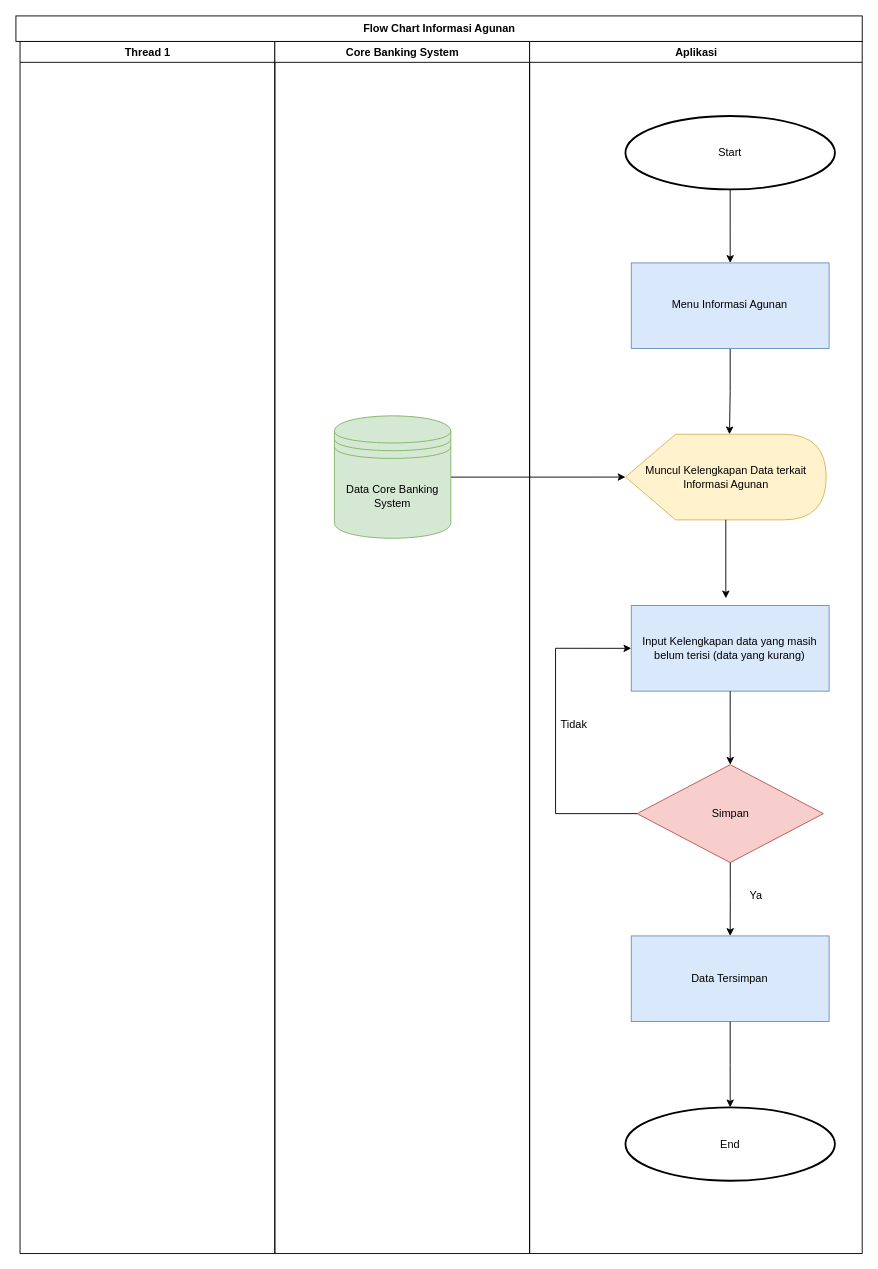
Before: page "Flow Chart Informasi Agunan" (2 of 3) of Untitled Diagram.drawio in CharismaJuniK/File, a draw.io diagram. Source tidied: cells renumbered, new cells numbered last; positions are measured from the earlier drawing's top-left corner, leaving out a move shared by most shapes. Both pictures are drawn from the tidied source at 91%, with x=0, y=0 at pixel (15, 15).
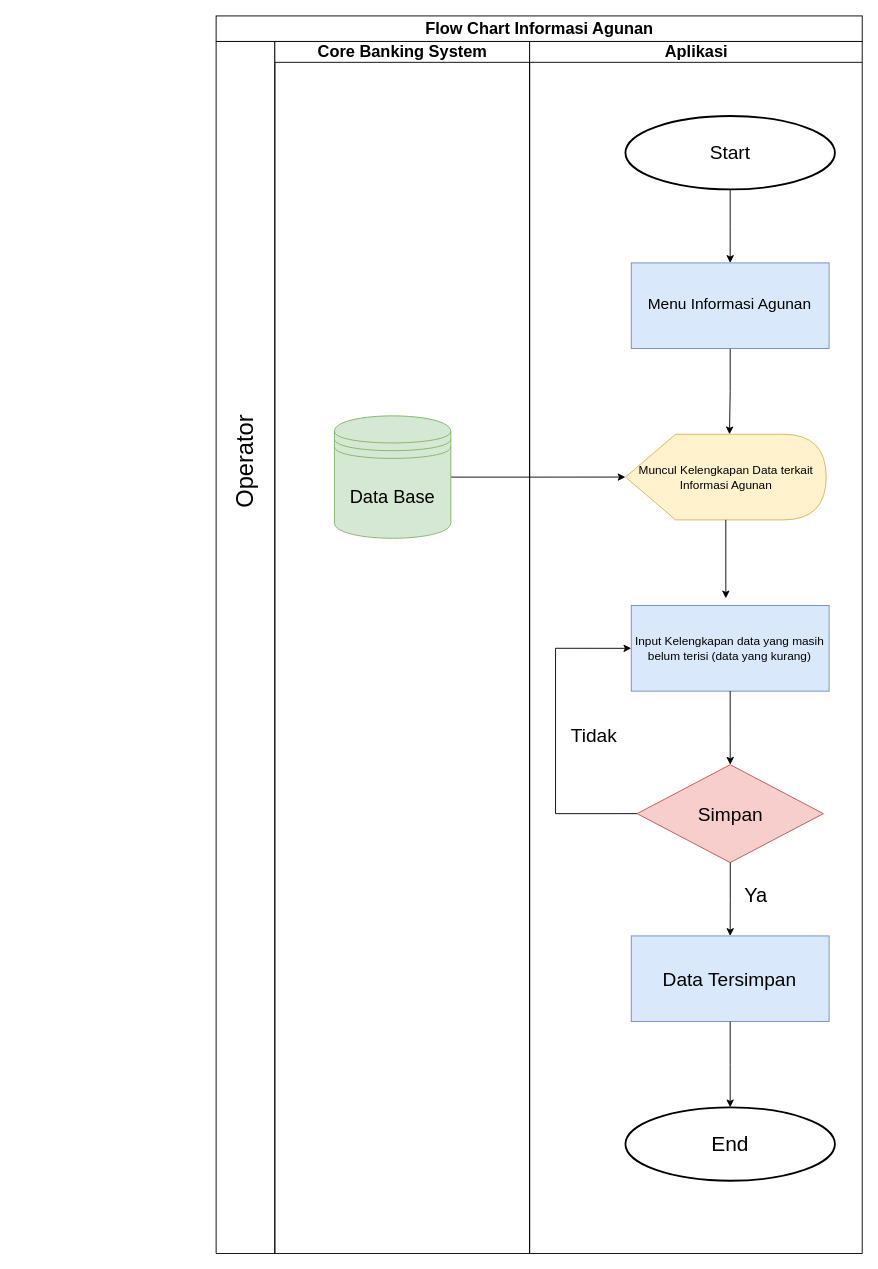
The same page after the edit.

Unchanged cells that the change refers to:
```xml
<mxCell id="6" style="group;" parent="1" vertex="1">
  <mxGeometry x="350" y="110" width="550" height="1170" as="geometry" />
</mxCell>
```

What changed in the source:
```diff
@@
-    <mxCell id="2" value="Thread 1" style="swimlane;whiteSpace=wrap;" parent="1" vertex="1">
-      <mxGeometry x="4.5" y="28" width="280" height="1332" as="geometry" />
+    <mxCell id="2" style="swimlane;whiteSpace=wrap;startSize=1332;" parent="1" vertex="1">
+      <mxGeometry x="220" y="28" width="64.5" height="1332" as="geometry" />
     </mxCell>
-    <mxCell id="3" value="Core Banking System" style="swimlane;whiteSpace=wrap;" parent="1" vertex="1">
+    <mxCell id="3" value="Core Banking System" style="swimlane;whiteSpace=wrap;fontSize=18;" parent="1" vertex="1">
       <mxGeometry x="284.5" y="28" width="280" height="1332" as="geometry" />
     </mxCell>
-    <mxCell id="4" value="Aplikasi" style="swimlane;whiteSpace=wrap;" parent="1" vertex="1">
+    <mxCell id="4" value="Aplikasi" style="swimlane;whiteSpace=wrap;fontSize=18;" parent="1" vertex="1">
       <mxGeometry x="564.5" y="28" width="365.5" height="1332" as="geometry" />
     </mxCell>
-    <mxCell id="5" value="&lt;span style=&quot;font-weight: 700&quot;&gt;Flow Chart Informasi Agunan&lt;/span&gt;" style="html=1;" parent="1" vertex="1">
-      <mxGeometry width="930" height="28" as="geometry" />
+    <mxCell id="5" value="&lt;span style=&quot;font-weight: 700&quot;&gt;&lt;font style=&quot;font-size: 18px&quot;&gt;Flow Chart Informasi Agunan&lt;/font&gt;&lt;/span&gt;" style="html=1;" parent="1" vertex="1">
+      <mxGeometry x="220" width="710" height="28" as="geometry" />
     </mxCell>
@@
-    <mxCell id="8" value="Start" style="strokeWidth=2;html=1;shape=mxgraph.flowchart.start_1;whiteSpace=wrap;" parent="6" vertex="1">
+    <mxCell id="8" value="&lt;font style=&quot;font-size: 21px&quot;&gt;Start&lt;/font&gt;" style="strokeWidth=2;html=1;shape=mxgraph.flowchart.start_1;whiteSpace=wrap;" parent="6" vertex="1">
       <mxGeometry x="319.8" width="230.2" height="80.7" as="geometry" />
     </mxCell>
-    <mxCell id="9" value="Muncul Kelengkapan Data terkait Informasi Agunan" style="shape=display;whiteSpace=wrap;html=1;fillColor=#fff2cc;strokeColor=#d6b656;" parent="6" vertex="1">
+    <mxCell id="9" value="&lt;font style=&quot;font-size: 13px&quot;&gt;Muncul Kelengkapan Data terkait Informasi Agunan&lt;/font&gt;" style="shape=display;whiteSpace=wrap;html=1;fillColor=#fff2cc;strokeColor=#d6b656;" parent="6" vertex="1">
       <mxGeometry x="319.8" y="349.7" width="220.6" height="94.1" as="geometry" />
     </mxCell>
@@
-    <mxCell id="11" value="Menu Informasi Agunan" style="rounded=0;whiteSpace=wrap;html=1;fillColor=#dae8fc;strokeColor=#6c8ebf;" parent="6" vertex="1">
+    <mxCell id="11" value="&lt;font style=&quot;font-size: 17px&quot;&gt;Menu Informasi Agunan&lt;/font&gt;" style="rounded=0;whiteSpace=wrap;html=1;fillColor=#dae8fc;strokeColor=#6c8ebf;" parent="6" vertex="1">
       <mxGeometry x="326.2" y="161.4" width="217.4" height="94.1" as="geometry" />
     </mxCell>
-    <mxCell id="12" value="Input Kelengkapan data yang masih belum terisi (data yang kurang)" style="rounded=0;whiteSpace=wrap;html=1;fillColor=#dae8fc;strokeColor=#6c8ebf;" parent="6" vertex="1">
+    <mxCell id="12" value="&lt;font style=&quot;font-size: 13px&quot;&gt;Input Kelengkapan data yang masih belum terisi (data yang kurang)&lt;/font&gt;" style="rounded=0;whiteSpace=wrap;html=1;fillColor=#dae8fc;strokeColor=#6c8ebf;" parent="6" vertex="1">
       <mxGeometry x="326.2" y="537.9" width="217.4" height="94.1" as="geometry" />
     </mxCell>
@@
-    <mxCell id="14" value="Simpan" style="rhombus;whiteSpace=wrap;html=1;fillColor=#f8cecc;strokeColor=#b85450;" parent="6" vertex="1">
+    <mxCell id="14" value="&lt;font style=&quot;font-size: 21px&quot;&gt;Simpan&lt;/font&gt;" style="rhombus;whiteSpace=wrap;html=1;fillColor=#f8cecc;strokeColor=#b85450;" parent="6" vertex="1">
       <mxGeometry x="332.6" y="712.8" width="204.7" height="107.6" as="geometry" />
     </mxCell>
@@
-    <mxCell id="16" value="Data Tersimpan" style="rounded=0;whiteSpace=wrap;html=1;fillColor=#dae8fc;strokeColor=#6c8ebf;" parent="6" vertex="1">
+    <mxCell id="16" value="&lt;font style=&quot;font-size: 21px&quot;&gt;Data Tersimpan&lt;/font&gt;" style="rounded=0;whiteSpace=wrap;html=1;fillColor=#dae8fc;strokeColor=#6c8ebf;" parent="6" vertex="1">
       <mxGeometry x="326.2" y="901" width="217.4" height="94.1" as="geometry" />
     </mxCell>
@@
-    <mxCell id="19" value="Data Core Banking System" style="shape=datastore;whiteSpace=wrap;html=1;fillColor=#d5e8d4;strokeColor=#82b366;" parent="6" vertex="1">
+    <mxCell id="19" value="&lt;font style=&quot;font-size: 20px&quot;&gt;Data Base&lt;/font&gt;" style="shape=datastore;whiteSpace=wrap;html=1;fillColor=#d5e8d4;strokeColor=#82b366;" parent="6" vertex="1">
       <mxGeometry y="329.5" width="127.9" height="134.5" as="geometry" />
     </mxCell>
-    <mxCell id="20" value="Ya" style="text;html=1;align=center;verticalAlign=middle;strokeColor=none;" parent="6" vertex="1">
-      <mxGeometry x="447.7" y="847.2" width="30" height="20" as="geometry" />
+    <mxCell id="20" value="&lt;font style=&quot;font-size: 22px&quot;&gt;Ya&lt;/font&gt;" style="text;html=1;align=center;verticalAlign=middle;strokeColor=none;" parent="6" vertex="1">
+      <mxGeometry x="442.7" y="847.2" width="40" height="20" as="geometry" />
     </mxCell>
-    <mxCell id="21" value="Tidak" style="text;html=1;align=center;verticalAlign=middle;strokeColor=none;" parent="6" vertex="1">
-      <mxGeometry x="243" y="659" width="40" height="20" as="geometry" />
+    <mxCell id="21" value="&lt;font style=&quot;font-size: 21px&quot;&gt;Tidak&lt;/font&gt;" style="text;html=1;align=center;verticalAlign=middle;strokeColor=none;" parent="6" vertex="1">
+      <mxGeometry x="250" y="670" width="70" height="20" as="geometry" />
     </mxCell>
-    <mxCell id="22" value="End" style="strokeWidth=2;html=1;shape=mxgraph.flowchart.start_1;whiteSpace=wrap;" parent="6" vertex="1">
+    <mxCell id="22" value="&lt;font style=&quot;font-size: 23px&quot;&gt;End&lt;/font&gt;" style="strokeWidth=2;html=1;shape=mxgraph.flowchart.start_1;whiteSpace=wrap;" parent="6" vertex="1">
       <mxGeometry x="319.8" y="1089.3" width="230.2" height="80.7" as="geometry" />
     </mxCell>
@@
+    <mxCell id="25" value="&lt;font style=&quot;font-size: 26px&quot;&gt;Operator&lt;/font&gt;" style="text;html=1;align=center;verticalAlign=middle;strokeColor=none;rotation=-90;" parent="1" vertex="1">
+      <mxGeometry x="192.2" y="480" width="120" height="20" as="geometry" />
+    </mxCell>
```
